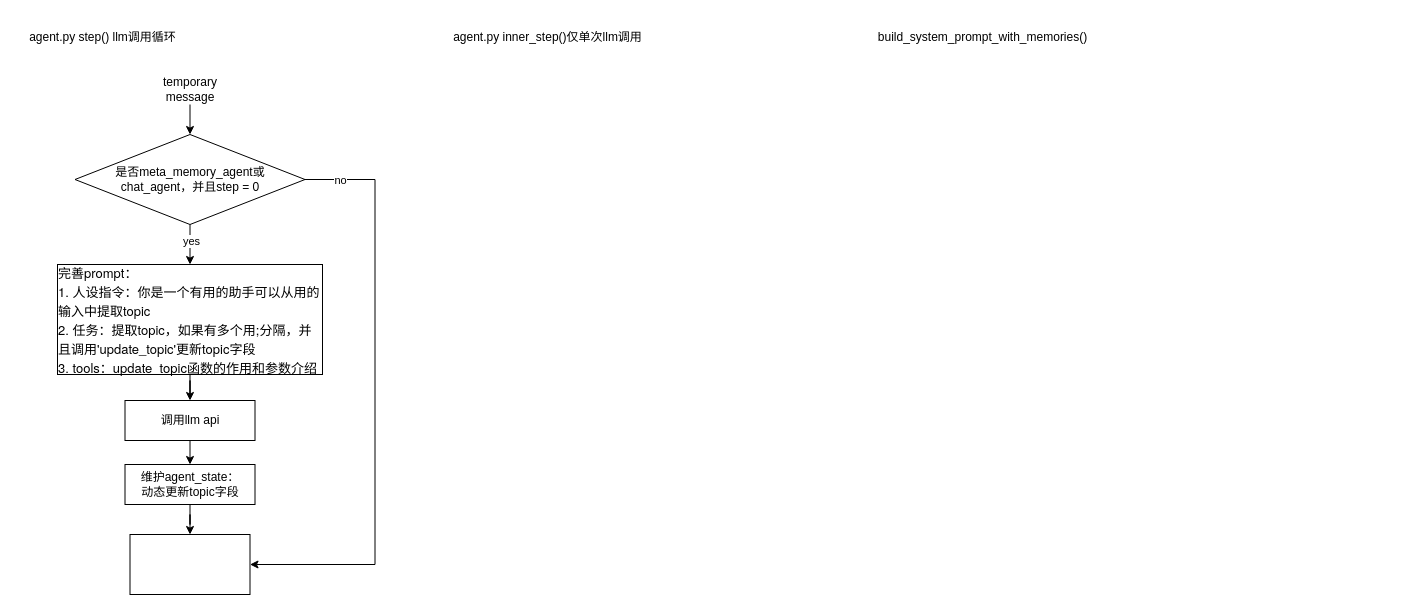
Before: mirix_agent_exe.drawio in sunray42/diagrams, a draw.io diagram. Source tidied: cells renumbered, new cells numbered last; positions are measured from the earlier drawing's top-left corner, leaving out a move shared by most shapes. Both pictures are drawn from the tidied source at 100%, with x=0, y=0 at pixel (17, 22).
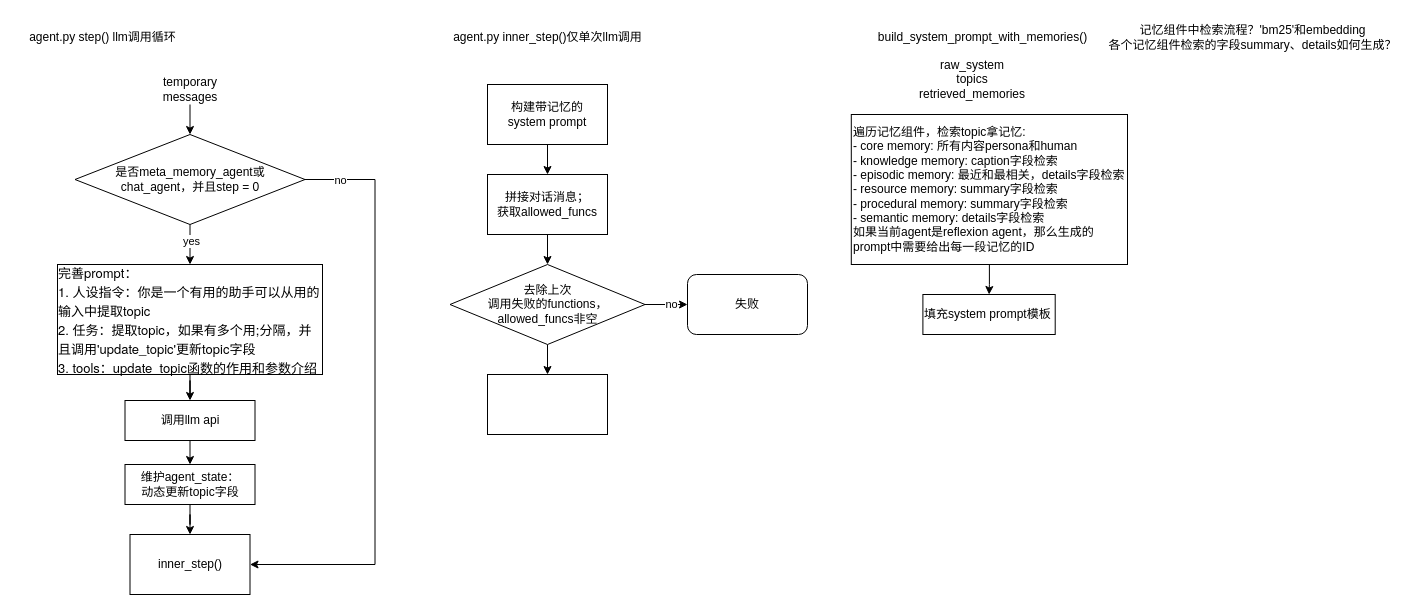
The same page after the edit.

Diff of the diagram source:
```diff
@@
-    <mxCell id="10" value="temporary message" style="text;html=1;align=center;verticalAlign=middle;whiteSpace=wrap;rounded=0;" parent="1" vertex="1">
+    <mxCell id="10" value="temporary messages" style="text;html=1;align=center;verticalAlign=middle;whiteSpace=wrap;rounded=0;" parent="1" vertex="1">
       <mxGeometry x="142.5" y="52" width="60" height="30" as="geometry" />
     </mxCell>
@@
-    <mxCell id="13" style="whiteSpace=wrap;html=1;rounded=0;" parent="1" vertex="1">
+    <mxCell id="13" value="inner_step()" style="whiteSpace=wrap;html=1;rounded=0;" parent="1" vertex="1">
       <mxGeometry x="112.5" y="512" width="120" height="60" as="geometry" />
     </mxCell>
@@
+    <mxCell id="19" value="raw_system&lt;div&gt;topics&lt;/div&gt;&lt;div&gt;retrieved_memories&lt;/div&gt;" style="text;html=1;align=center;verticalAlign=middle;whiteSpace=wrap;rounded=0;" parent="1" vertex="1">
+      <mxGeometry x="800" y="42" width="310" height="30" as="geometry" />
+    </mxCell>
+    <mxCell id="20" style="edgeStyle=orthogonalEdgeStyle;rounded=0;jettySize=auto;html=1;" parent="1" edge="1" source="21" target="23">
+      <mxGeometry relative="1" as="geometry" />
+    </mxCell>
+    <mxCell id="21" value="遍历记忆组件，检索topic拿记忆:&lt;div&gt;- core memory: 所有内容persona和human&lt;/div&gt;&lt;div&gt;- knowledge memory: caption字段检索&lt;/div&gt;&lt;div&gt;- episodic memory:&amp;nbsp;&lt;span style=&quot;background-color: transparent; color: light-dark(rgb(0, 0, 0), rgb(255, 255, 255));&quot;&gt;最近和最相关，details字段检索&lt;/span&gt;&lt;/div&gt;&lt;div&gt;- resource memory: summary字段检索&lt;/div&gt;&lt;div&gt;- procedural memory: summary字段检索&lt;/div&gt;&lt;div&gt;- semantic memory: details字段检索&lt;/div&gt;&lt;div&gt;如果当前agent是reflexion agent，那么生成的prompt中需要给出每一段记忆的ID&lt;/div&gt;" style="rounded=0;whiteSpace=wrap;html=1;align=left;" parent="1" vertex="1">
+      <mxGeometry x="833.8" y="92" width="276.2" height="150" as="geometry" />
+    </mxCell>
+    <mxCell id="22" value="记忆组件中检索流程？'bm25'和embedding&lt;div&gt;各个记忆组件检索的字段summary、details如何生成？&lt;/div&gt;" style="text;html=1;align=center;verticalAlign=middle;strokeColor=none;fillColor=none;" parent="1" vertex="1">
+      <mxGeometry x="1080" y="-5" width="310" height="40" as="geometry" />
+    </mxCell>
+    <mxCell id="23" value="填充system prompt模板" style="whiteSpace=wrap;html=1;align=left;rounded=0;" parent="1" vertex="1">
+      <mxGeometry x="905.4" y="272" width="132.3" height="40" as="geometry" />
+    </mxCell>
+    <mxCell id="24" style="edgeStyle=orthogonalEdgeStyle;rounded=0;jettySize=auto;html=1;" parent="1" edge="1" source="25" target="27">
+      <mxGeometry relative="1" as="geometry" />
+    </mxCell>
+    <mxCell id="25" value="构建带记忆的&lt;div&gt;system prompt&lt;/div&gt;" style="whiteSpace=wrap;html=1;" parent="1" vertex="1">
+      <mxGeometry x="470" y="62" width="120" height="60" as="geometry" />
+    </mxCell>
+    <mxCell id="26" style="edgeStyle=orthogonalEdgeStyle;rounded=0;jettySize=auto;html=1;" parent="1" edge="1" source="27" target="31">
+      <mxGeometry relative="1" as="geometry" />
+    </mxCell>
+    <mxCell id="27" value="拼接对话消息；&lt;div&gt;获取allowed_funcs&lt;/div&gt;" style="whiteSpace=wrap;html=1;" parent="1" vertex="1">
+      <mxGeometry x="470" y="152" width="120" height="60" as="geometry" />
+    </mxCell>
+    <mxCell id="28" style="edgeStyle=orthogonalEdgeStyle;rounded=0;jettySize=auto;html=1;" parent="1" edge="1" source="31" target="32">
+      <mxGeometry relative="1" as="geometry" />
+    </mxCell>
+    <mxCell id="29" value="no" style="edgeLabel;html=1;align=center;verticalAlign=middle;" parent="28" vertex="1">
+      <mxGeometry x="0.22" y="1" relative="1" as="geometry" />
+    </mxCell>
+    <mxCell id="30" style="edgeStyle=orthogonalEdgeStyle;rounded=0;jettySize=auto;html=1;" parent="1" edge="1" source="31" target="33">
+      <mxGeometry relative="1" as="geometry" />
+    </mxCell>
+    <mxCell id="31" value="去除上次&lt;div&gt;调用失败的functions，allowed_funcs非空&lt;/div&gt;" style="rhombus;whiteSpace=wrap;html=1;" parent="1" vertex="1">
+      <mxGeometry x="432.5" y="242" width="195" height="80" as="geometry" />
+    </mxCell>
+    <mxCell id="32" value="失败" style="rounded=1;whiteSpace=wrap;html=1;" parent="1" vertex="1">
+      <mxGeometry x="670" y="252" width="120" height="60" as="geometry" />
+    </mxCell>
+    <mxCell id="33" style="whiteSpace=wrap;html=1;" parent="1" vertex="1">
+      <mxGeometry x="470" y="352" width="120" height="60" as="geometry" />
+    </mxCell>
```
